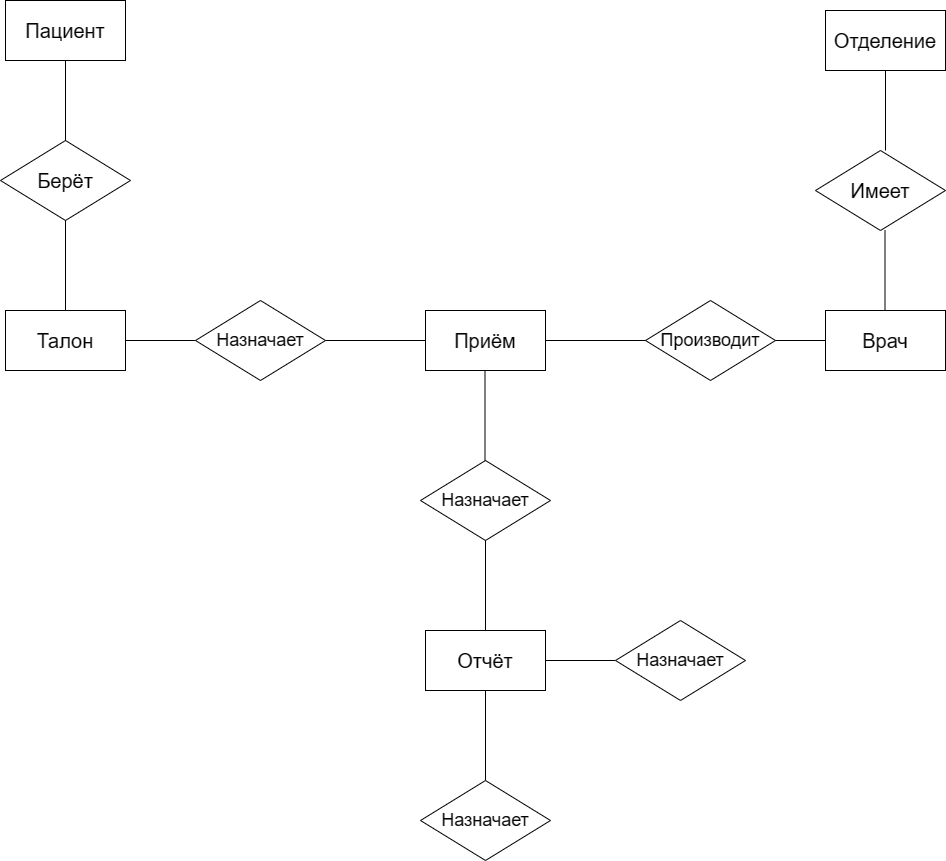
Before: Диаграмма без названия.drawio.png, a diagram exported from draw.io (dibovdmitry/Project). Source tidied: cells renumbered, new cells last; positions are measured from the earlier drawing's top-left corner, leaving out a move shared by most shapes.
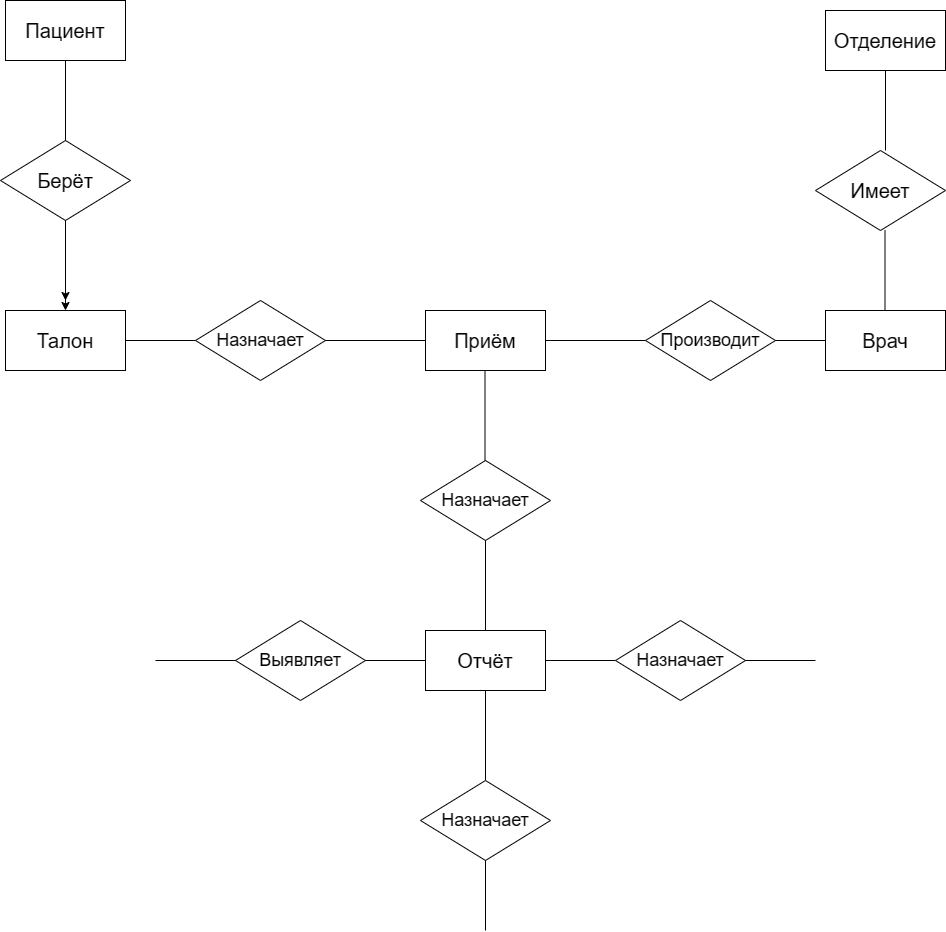
The same file after the commit.

Diff of the diagram source:
```diff
@@ -14,12 +14,6 @@
         <mxPoint x="65" y="60" as="targetPoint" />
       </mxGeometry>
     </mxCell>
-    <mxCell id="5" style="endArrow=none;html=1;rounded=0;" parent="1" edge="1">
-      <mxGeometry relative="1" as="geometry">
-        <mxPoint x="65" y="310" as="sourcePoint" />
-        <mxPoint x="65" y="220" as="targetPoint" />
-      </mxGeometry>
-    </mxCell>
     <mxCell id="6" value="Талон" style="rounded=0;whiteSpace=wrap;html=1;fontSize=20;" parent="1" vertex="1">
       <mxGeometry x="5" y="310" width="120" height="60" as="geometry" />
     </mxCell>
@@ -111,5 +105,42 @@
     <mxCell id="26" value="Назначает" style="rhombus;whiteSpace=wrap;html=1;fontSize=18;" parent="1" vertex="1">
       <mxGeometry x="420" y="780" width="130" height="80" as="geometry" />
     </mxCell>
+    <mxCell id="27" value="Выявляет" style="rhombus;whiteSpace=wrap;html=1;fontSize=18;" parent="1" vertex="1">
+      <mxGeometry x="235" y="620" width="130" height="80" as="geometry" />
+    </mxCell>
+    <mxCell id="28" style="endArrow=none;html=1;rounded=0;exitX=1;exitY=0.5;exitDx=0;exitDy=0;" parent="1" edge="1" source="27">
+      <mxGeometry relative="1" as="geometry">
+        <mxPoint x="425" y="660" as="targetPoint" />
+      </mxGeometry>
+    </mxCell>
+    <mxCell id="29" style="endArrow=none;html=1;rounded=0;" parent="1" edge="1">
+      <mxGeometry relative="1" as="geometry">
+        <mxPoint x="745" y="660" as="sourcePoint" />
+        <mxPoint x="815" y="660" as="targetPoint" />
+      </mxGeometry>
+    </mxCell>
+    <mxCell id="30" style="endArrow=none;html=1;rounded=0;" parent="1" edge="1">
+      <mxGeometry relative="1" as="geometry">
+        <mxPoint x="485" y="930" as="sourcePoint" />
+        <mxPoint x="485" y="860" as="targetPoint" />
+      </mxGeometry>
+    </mxCell>
+    <mxCell id="31" style="endArrow=none;html=1;rounded=0;" parent="1" edge="1">
+      <mxGeometry relative="1" as="geometry">
+        <mxPoint x="155" y="660" as="sourcePoint" />
+        <mxPoint x="235" y="660" as="targetPoint" />
+      </mxGeometry>
+    </mxCell>
+    <mxCell id="32" style="endArrow=classic;html=1;rounded=0;entryX=0.5;entryY=0;entryDx=0;entryDy=0;horizontal=1;" parent="1" edge="1" target="6">
+      <mxGeometry relative="1" as="geometry">
+        <mxPoint x="65" y="220" as="sourcePoint" />
+      </mxGeometry>
+    </mxCell>
+    <mxCell id="33" style="endArrow=classic;html=1;rounded=0;" parent="1" edge="1">
+      <mxGeometry relative="1" as="geometry">
+        <mxPoint x="65" y="220" as="sourcePoint" />
+        <mxPoint x="65" y="300" as="targetPoint" />
+      </mxGeometry>
+    </mxCell>
   </root>
 </mxGraphModel>
```
